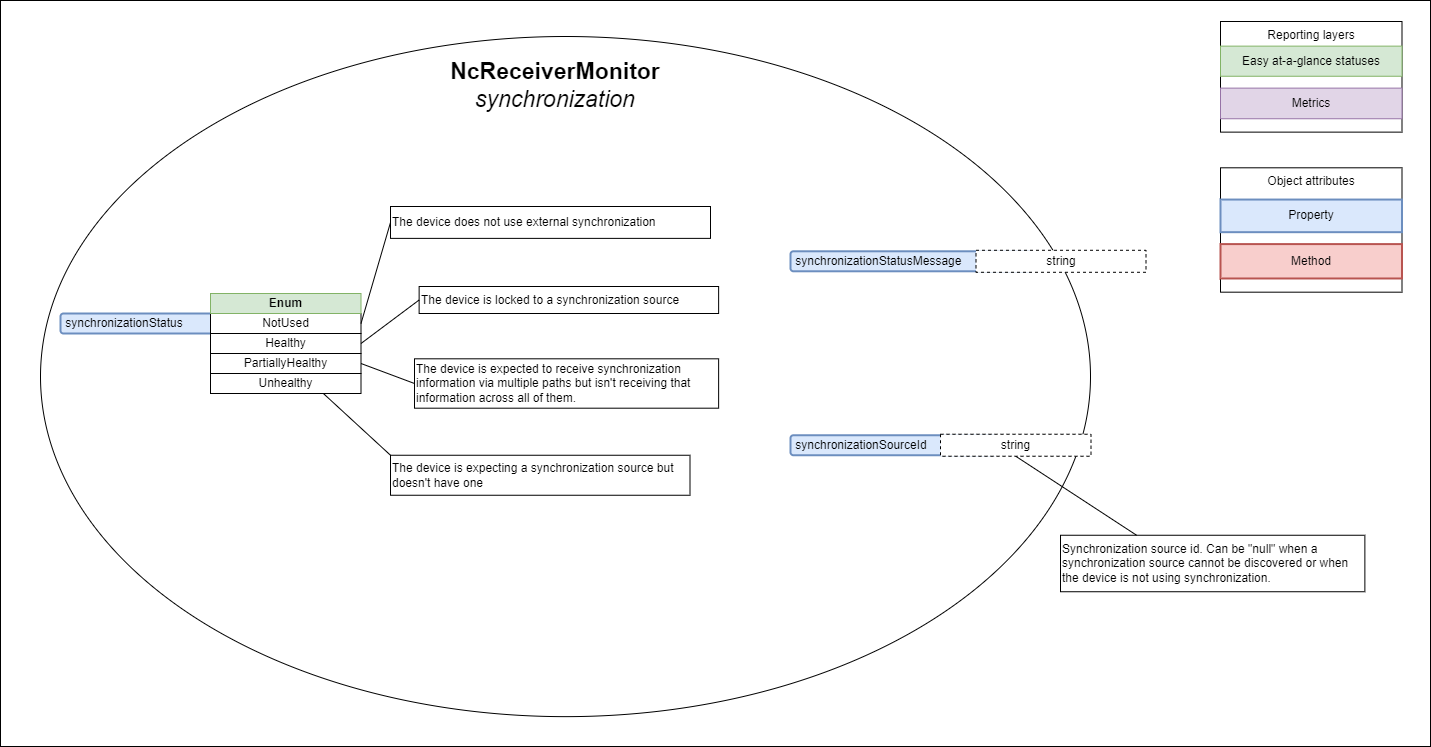
The draw.io diagram docs/images/receiver-model-synchronization.png in AMWA-TV/bcp-008-01, before a commit. Source tidied: cells renumbered, new cells last; positions are measured from the earlier drawing's top-left corner, leaving out a move shared by most shapes.
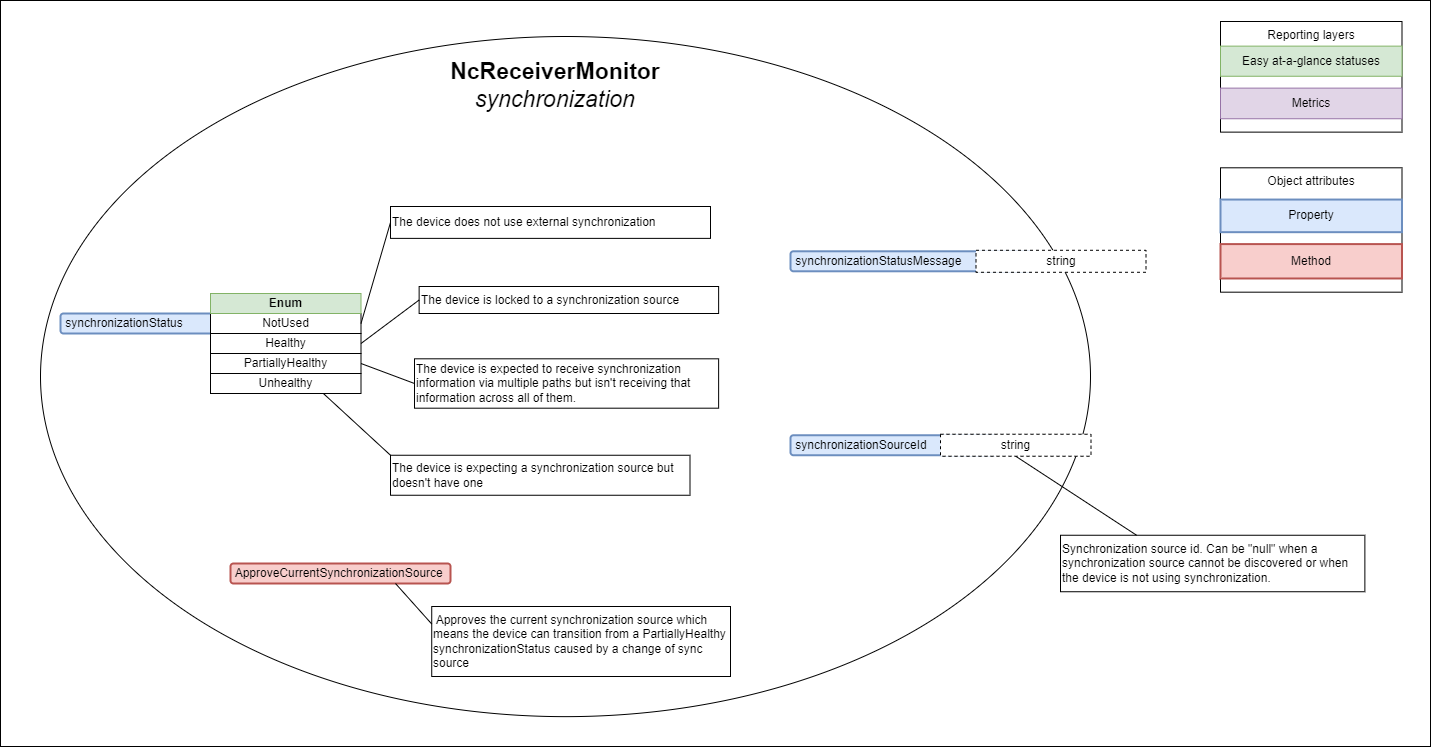
Later version of the same file.

The edit, as a diff of the source:
```diff
@@ -89,5 +89,14 @@
     <mxCell id="30" style="endArrow=none;html=1;rounded=0;entryX=0;entryY=0.5;entryDx=0;entryDy=0;exitX=1;exitY=0.5;exitDx=0;exitDy=0;" parent="1" edge="1" source="18" target="17">
       <mxGeometry relative="1" as="geometry" />
     </mxCell>
+    <mxCell id="31" value="&amp;nbsp;ApproveCurrentSynchronizationSource" style="rounded=1;whiteSpace=wrap;html=1;align=left;fillColor=#f8cecc;strokeColor=#b85450;strokeWidth=2;" parent="1" vertex="1">
+      <mxGeometry x="230" y="563" width="220" height="20" as="geometry" />
+    </mxCell>
+    <mxCell id="32" value="&amp;nbsp;Approves the current synchronization source which means the device can transition from a PartiallyHealthy synchronizationStatus caused by a change of sync source" style="text;html=1;strokeColor=default;fillColor=default;align=left;verticalAlign=middle;whiteSpace=wrap;rounded=0;" parent="1" vertex="1">
+      <mxGeometry x="431.2" y="606" width="298.8" height="70" as="geometry" />
+    </mxCell>
+    <mxCell id="33" style="endArrow=none;html=1;rounded=0;entryX=0;entryY=0.25;entryDx=0;entryDy=0;exitX=0.75;exitY=1;exitDx=0;exitDy=0;" parent="1" edge="1" source="31" target="32">
+      <mxGeometry relative="1" as="geometry" />
+    </mxCell>
   </root>
 </mxGraphModel>
```
